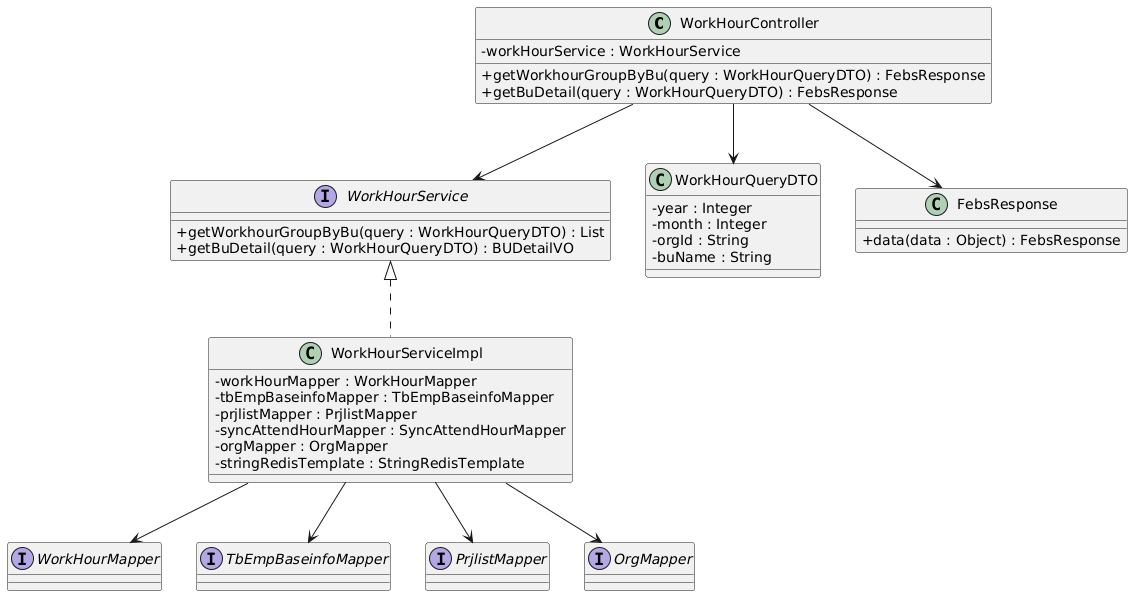
Above: imgs/cLass/BU工时类图.png in Moon-Knight1/SEU-Graduation-Thesis-Template (PlantUML), before the change.
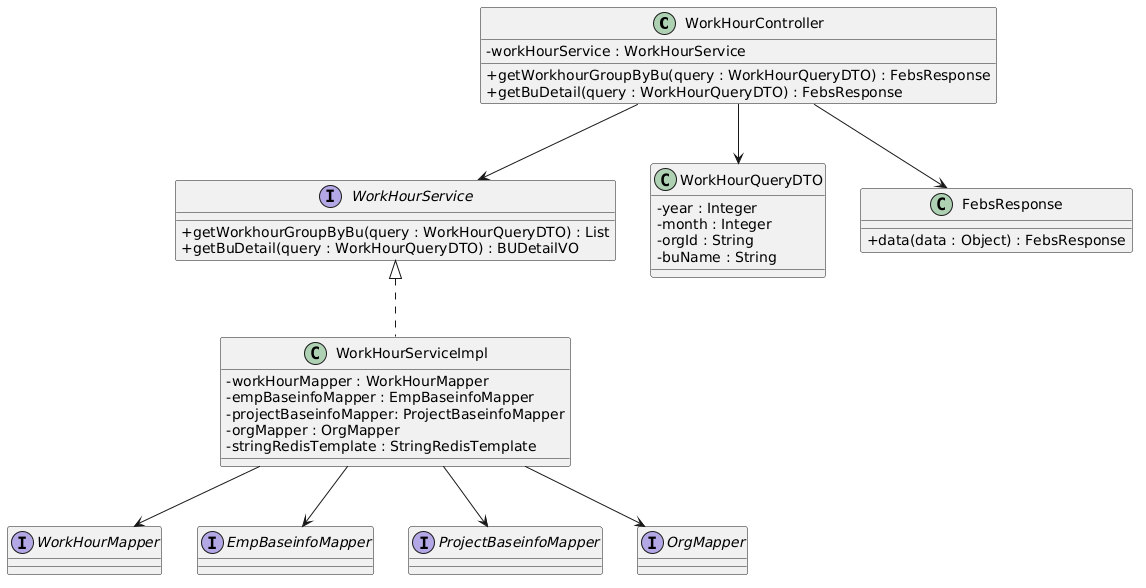
Above is the later version.

The edit, as a diff of the source:
```diff
@@ -14,16 +14,15 @@
 
 class WorkHourServiceImpl {
     - workHourMapper : WorkHourMapper
-    - tbEmpBaseinfoMapper : TbEmpBaseinfoMapper
-    - prjlistMapper : PrjlistMapper
-    - syncAttendHourMapper : SyncAttendHourMapper
+    - empBaseinfoMapper : EmpBaseinfoMapper
+    - projectBaseinfoMapper: ProjectBaseinfoMapper
     - orgMapper : OrgMapper
     - stringRedisTemplate : StringRedisTemplate
 }
 
 interface WorkHourMapper
-interface TbEmpBaseinfoMapper
-interface PrjlistMapper
+interface EmpBaseinfoMapper
+interface ProjectBaseinfoMapper
 interface OrgMapper
 
 class WorkHourQueryDTO {
@@ -44,7 +43,7 @@
 WorkHourService <|.. WorkHourServiceImpl
 
 WorkHourServiceImpl --> WorkHourMapper
-WorkHourServiceImpl --> TbEmpBaseinfoMapper
-WorkHourServiceImpl --> PrjlistMapper
+WorkHourServiceImpl --> EmpBaseinfoMapper
+WorkHourServiceImpl --> ProjectBaseinfoMapper
 WorkHourServiceImpl --> OrgMapper
 @enduml
```
